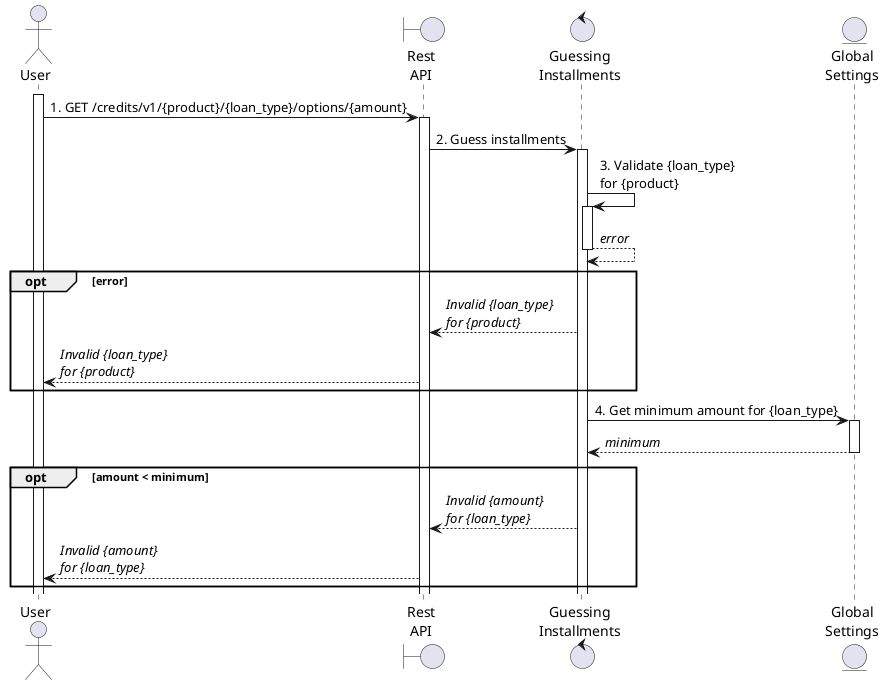
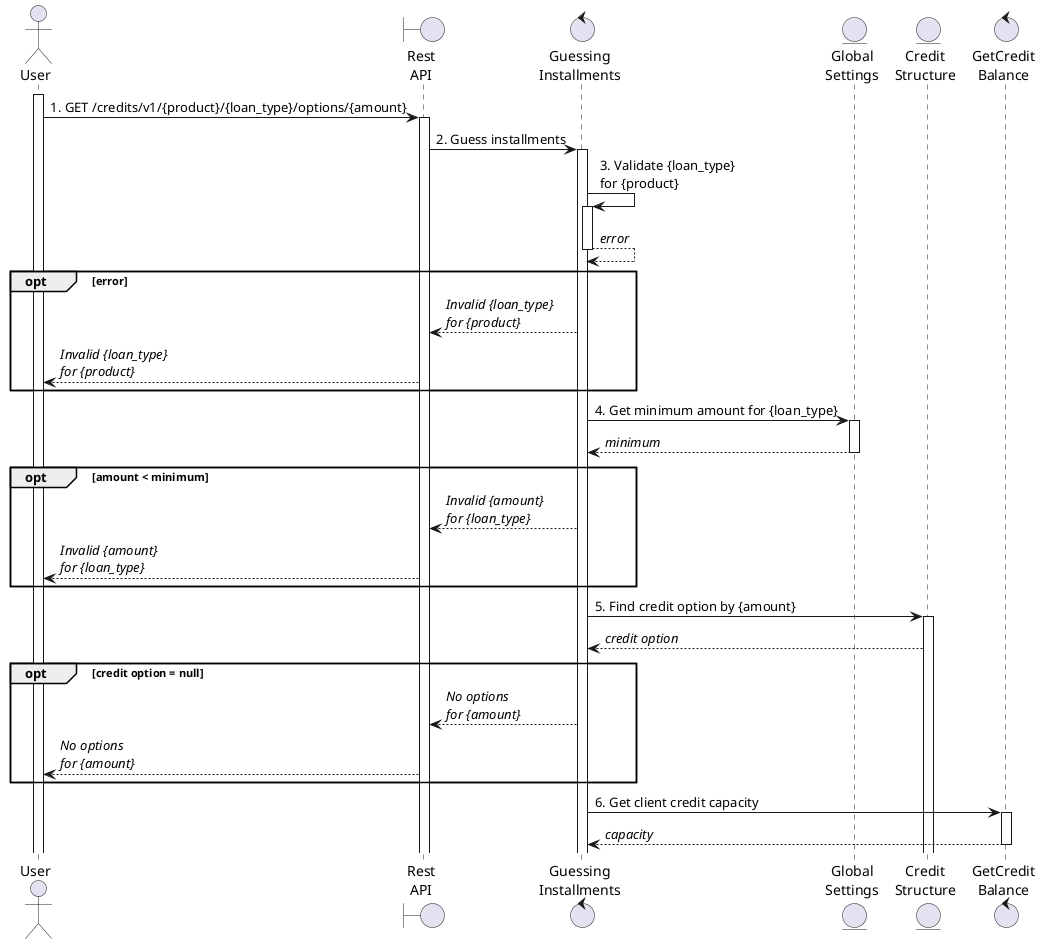
@startuml "Consulta de cuotas"

actor User
boundary "Rest\nAPI" as API
control "Guessing\nInstallments" as GI
entity "Global\nSettings" as GB
+ entity "Credit\nStructure" as CS
+ control "GetCredit\nBalance" as GCB


activate User
User->API: 1. GET /credits/v1/{product}/{loan_type}/options/{amount}
activate API
API->GI: 2. Guess installments
activate GI
GI->GI: 3. Validate {loan_type}\nfor {product}
activate GI
GI-->GI: //error//
deactivate GI

opt error
    GI-->API: //Invalid {loan_type}//\n//for {product}//
    API-->User: //Invalid {loan_type}//\n//for {product}//
end

GI->GB: 4. Get minimum amount for {loan_type}
activate GB
GB-->GI: //minimum//
deactivate GB
opt amount < minimum
    GI-->API: //Invalid {amount}//\n//for {loan_type}//
    API-->User: //Invalid {amount}//\n//for {loan_type}//
end

+ GI->CS: 5. Find credit option by {amount}
+ activate CS
+ CS-->GI: //credit option//
+ opt credit option = null
+     GI-->API: //No options//\n//for {amount}//
+     API-->User: //No options//\n//for {amount}//
+ end
+ 
+ GI->GCB: 6. Get client credit capacity
+ activate GCB
+ GCB-->GI: //capacity//
+ deactivate GCB
+ 


@enduml